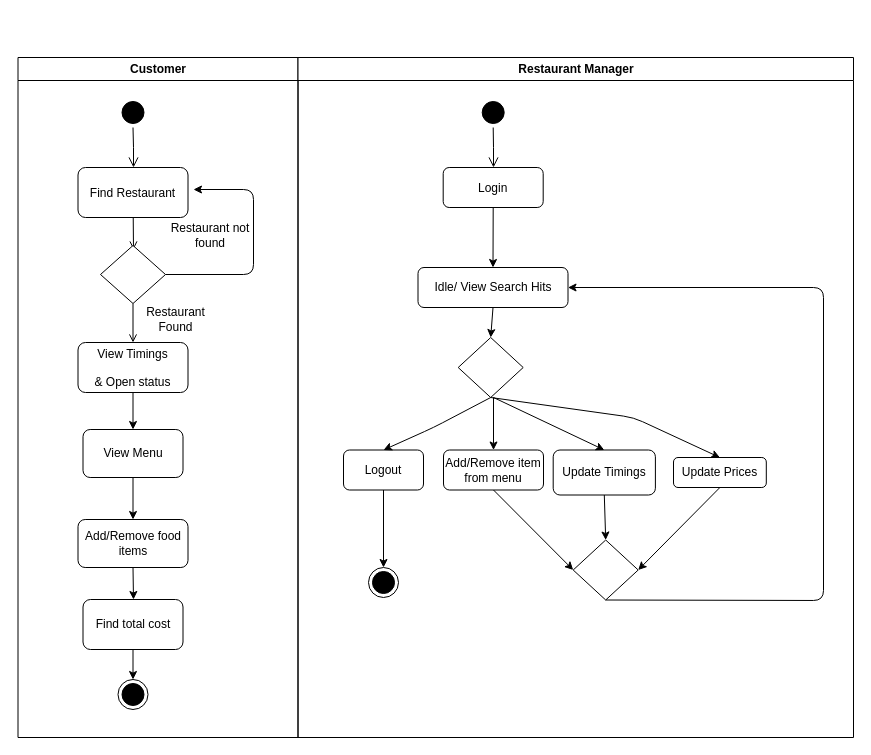
This is Untitled Diagram.drawio from harshvazirani/Course3Project, a draw.io file, before an edit. Source tidied: cells renumbered, new cells numbered last; positions are measured from the earlier drawing's top-left corner, leaving out a move shared by most shapes. Both pictures are drawn from the tidied source at 100%, with x=0, y=0 at pixel (17, 57).
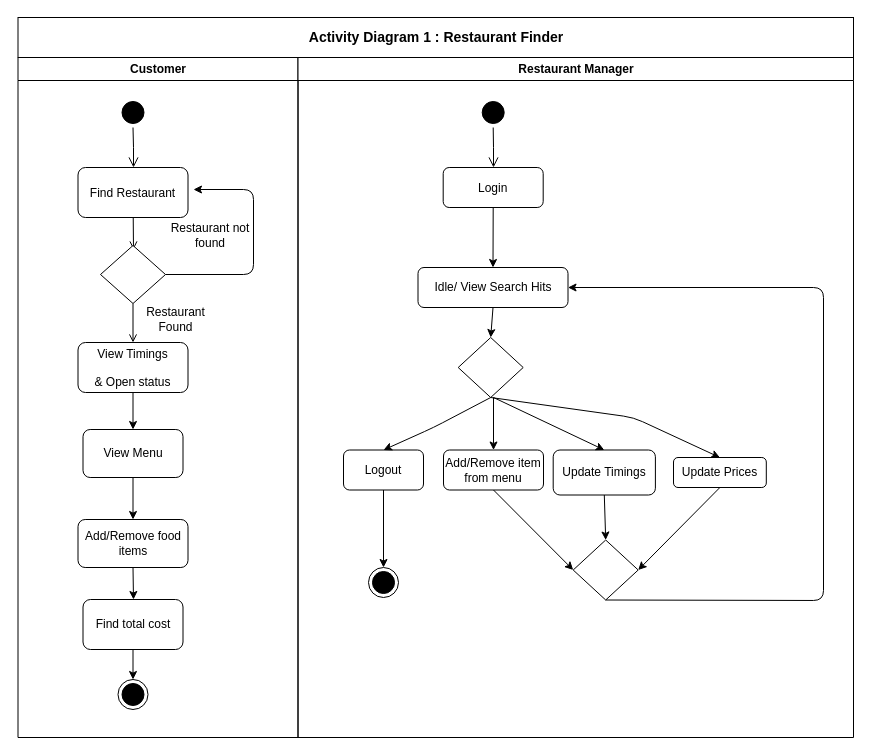
Above is the later version.

Change to the diagram source:
```diff
@@
+    <mxCell id="44" value="&lt;font style=&quot;font-size: 14px&quot;&gt;&lt;b&gt;Activity Diagram 1 : Restaurant Finder&lt;/b&gt;&lt;/font&gt;" style="rounded=0;whiteSpace=wrap;html=1;strokeColor=#000000;" parent="1" vertex="1">
+      <mxGeometry x="0.5" y="-40" width="835.5" height="40" as="geometry" />
+    </mxCell>
```
